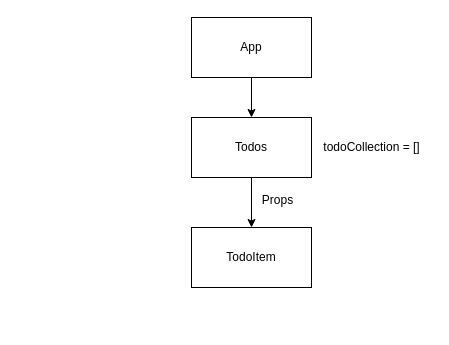
Above: training_material/diagrams.drawio in synergy2411/db-ui_b1 (draw.io), before the change. Source tidied: cells renumbered, new cells numbered last; positions are measured from the earlier drawing's top-left corner, leaving out a move shared by most shapes. Both pictures are drawn from the tidied source at 100%, with x=0, y=0 at pixel (191, 17).
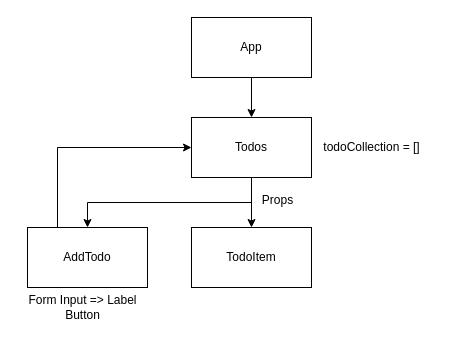
The same diagram, later.

Diff of the diagram source:
```diff
@@
 <mxGraphModel>
   <root>
     <mxCell id="0" />
     <mxCell id="1" parent="0" />
     <mxCell id="2" style="edgeStyle=orthogonalEdgeStyle;rounded=0;jettySize=auto;html=1;" parent="1" edge="1" source="3" target="5">
       <mxGeometry relative="1" as="geometry" />
     </mxCell>
     <mxCell id="3" value="App" style="rounded=0;whiteSpace=wrap;html=1;" parent="1" vertex="1">
       <mxGeometry width="120" height="60" as="geometry" />
     </mxCell>
     <mxCell id="4" style="edgeStyle=orthogonalEdgeStyle;rounded=0;jettySize=auto;html=1;" parent="1" edge="1" source="5" target="6">
       <mxGeometry relative="1" as="geometry" />
     </mxCell>
+    <mxCell id="9" style="edgeStyle=orthogonalEdgeStyle;rounded=0;jettySize=auto;html=1;exitX=0.5;exitY=1;exitDx=0;exitDy=0;" parent="1" edge="1" source="5" target="11">
+      <mxGeometry relative="1" as="geometry" />
+    </mxCell>
     <mxCell id="5" value="Todos" style="whiteSpace=wrap;html=1;rounded=0;" parent="1" vertex="1">
       <mxGeometry y="100" width="120" height="60" as="geometry" />
     </mxCell>
     <mxCell id="6" value="TodoItem" style="whiteSpace=wrap;html=1;rounded=0;" parent="1" vertex="1">
       <mxGeometry y="210" width="120" height="60" as="geometry" />
     </mxCell>
     <mxCell id="7" value="todoCollection = []" style="text;html=1;align=center;verticalAlign=middle;strokeColor=none;fillColor=none;" parent="1" vertex="1">
       <mxGeometry x="120" y="115" width="120" height="30" as="geometry" />
     </mxCell>
     <mxCell id="8" value="Props" style="text;html=1;align=center;verticalAlign=middle;strokeColor=none;fillColor=none;" parent="1" vertex="1">
       <mxGeometry x="61" y="168" width="50" height="30" as="geometry" />
     </mxCell>
+    <mxCell id="10" style="edgeStyle=orthogonalEdgeStyle;rounded=0;jettySize=auto;html=1;exitX=0.25;exitY=0;exitDx=0;exitDy=0;entryX=0;entryY=0.5;entryDx=0;entryDy=0;" parent="1" edge="1" source="11" target="5">
+      <mxGeometry relative="1" as="geometry" />
+    </mxCell>
+    <mxCell id="11" value="AddTodo" style="rounded=0;whiteSpace=wrap;html=1;" parent="1" vertex="1">
+      <mxGeometry x="-164" y="210" width="120" height="60" as="geometry" />
+    </mxCell>
+    <mxCell id="12" value="Form Input =&amp;gt; Label&lt;div&gt;Button&lt;/div&gt;" style="text;html=1;align=center;verticalAlign=middle;strokeColor=none;fillColor=none;" parent="1" vertex="1">
+      <mxGeometry x="-174" y="270" width="130" height="40" as="geometry" />
+    </mxCell>
   </root>
 </mxGraphModel>
```
